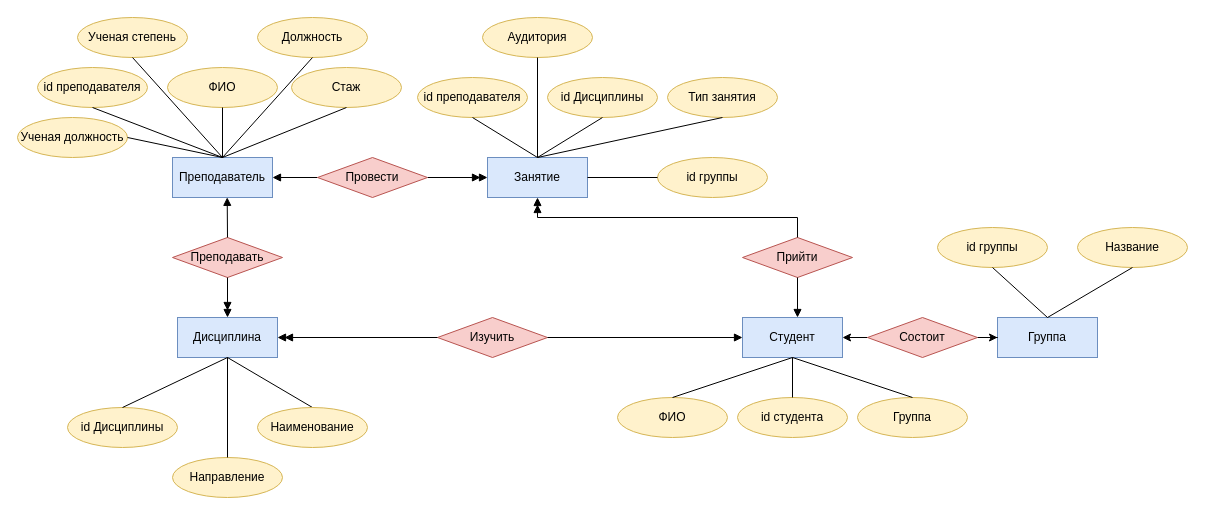
This is draw_io/БД.drawio from Dimj1k/Works, a draw.io file, before an edit. Source tidied: cells renumbered, new cells numbered last; positions are measured from the earlier drawing's top-left corner, leaving out a move shared by most shapes. Both pictures are drawn from the tidied source at 100%, with x=0, y=0 at pixel (17, 17).
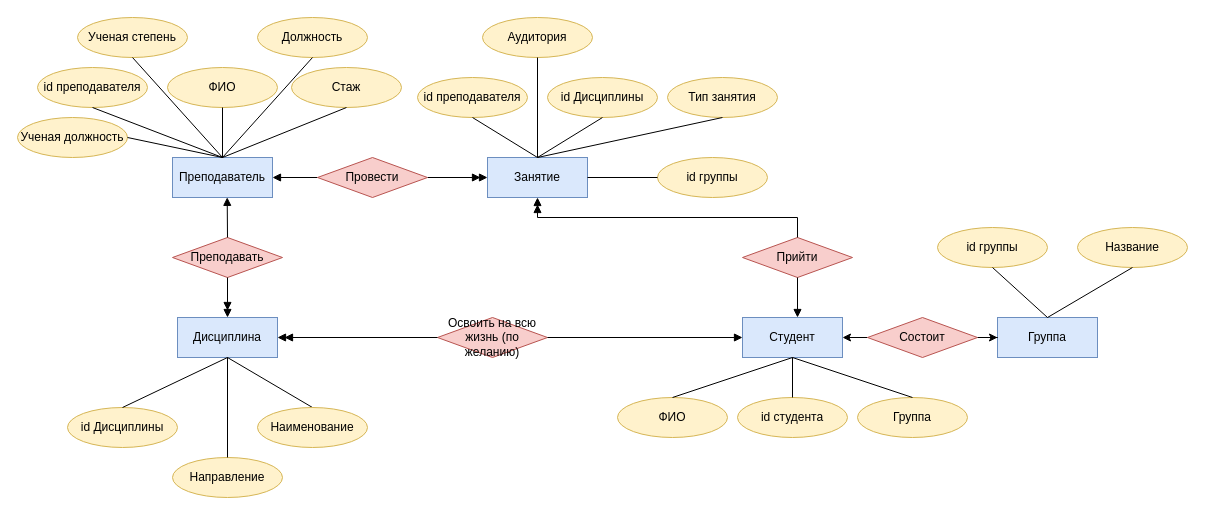
The same diagram, later.

What changed in the source:
```diff
@@
-    <mxCell id="47" value="Изучить" style="shape=rhombus;perimeter=rhombusPerimeter;whiteSpace=wrap;html=1;align=center;fillColor=#f8cecc;strokeColor=#b85450;" parent="1" vertex="1">
+    <mxCell id="47" value="Освоить на всю жизнь (по желанию)" style="shape=rhombus;perimeter=rhombusPerimeter;whiteSpace=wrap;html=1;align=center;fillColor=#f8cecc;strokeColor=#b85450;" parent="1" vertex="1">
       <mxGeometry x="420" y="300" width="110" height="40" as="geometry" />
     </mxCell>
```
